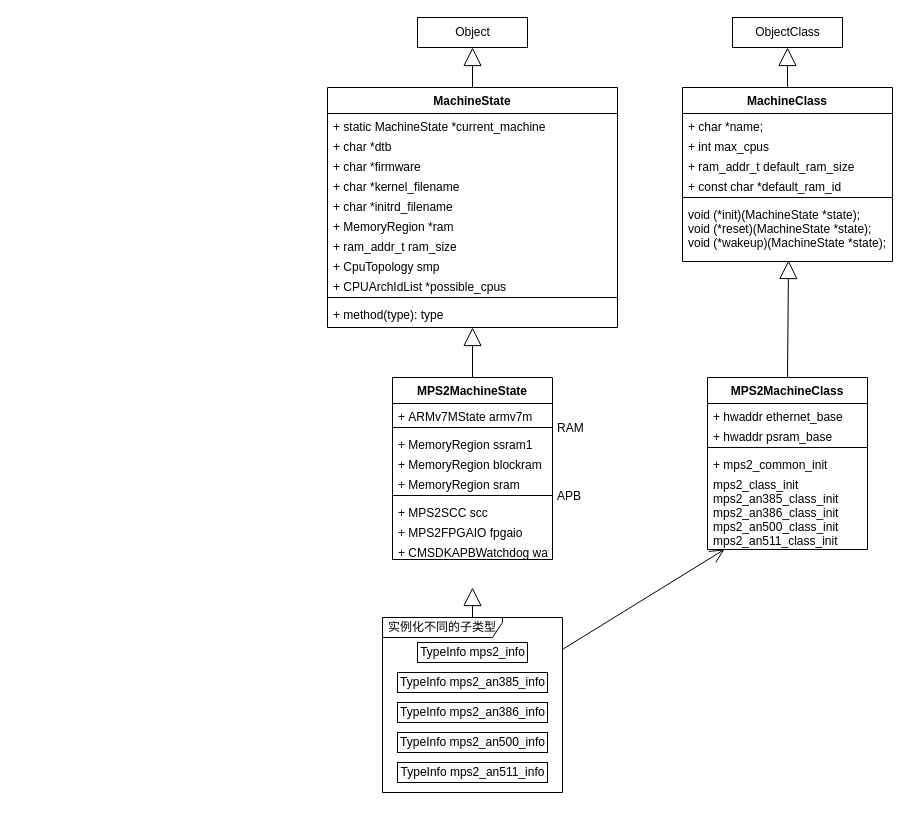
Earlier version of the draw.io diagram QEMU-MPS2-500-QOM.drawio (youtubezou/A-thinking-in-linux). Source tidied: cells renumbered, new cells numbered last; positions are measured from the earlier drawing's top-left corner, leaving out a move shared by most shapes. Both pictures are drawn from the tidied source at 100%, with x=0, y=0 at pixel (17, 17).
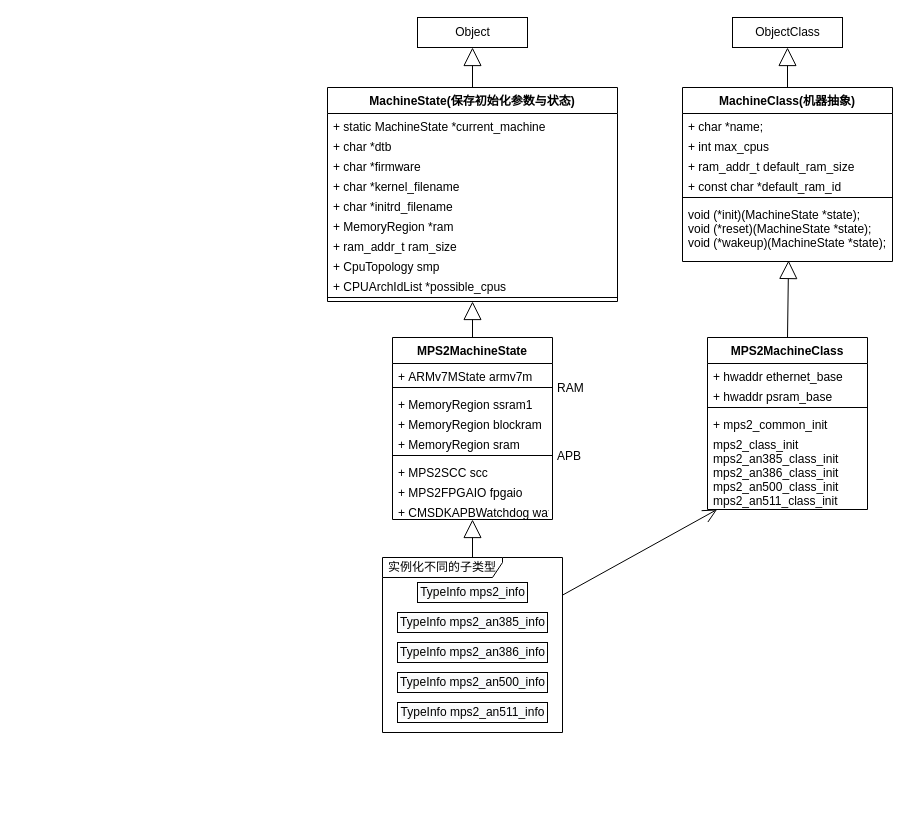
The same diagram, later.

The change refers to these unchanged cells:
```xml
<mxCell id="34" value="+ CMSDKAPBWatchdog watchdog" style="text;strokeColor=none;fillColor=none;align=left;verticalAlign=top;spacingLeft=4;spacingRight=4;overflow=hidden;points=[[0,0.5],[1,0.5]];portConstraint=eastwest;" parent="25" vertex="1">
  <mxGeometry y="162" width="160" height="20" as="geometry" />
</mxCell>
```

Diff of the diagram source:
```diff
@@
-    <mxCell id="2" value="MachineState" style="swimlane;fontStyle=1;align=center;verticalAlign=top;horizontal=1;startSize=26;" parent="1" vertex="1">
-      <mxGeometry x="310" y="70" width="290" height="240" as="geometry" />
+    <mxCell id="2" value="MachineState(保存初始化参数与状态)" style="swimlane;fontStyle=1;align=center;verticalAlign=top;horizontal=1;startSize=26;" parent="1" vertex="1">
+      <mxGeometry x="310" y="70" width="290" height="214" as="geometry" />
     </mxCell>
@@
-    <mxCell id="13" value="+ method(type): type" style="text;strokeColor=none;fillColor=none;align=left;verticalAlign=top;spacingLeft=4;spacingRight=4;overflow=hidden;points=[[0,0.5],[1,0.5]];portConstraint=eastwest;" parent="2" vertex="1">
-      <mxGeometry y="214" width="290" height="26" as="geometry" />
-    </mxCell>
@@
-    <mxCell id="16" value="MachineClass" style="swimlane;fontStyle=1;align=center;verticalAlign=top;horizontal=1;startSize=26;" parent="1" vertex="1">
+    <mxCell id="16" value="MachineClass(机器抽象)" style="swimlane;fontStyle=1;align=center;verticalAlign=top;horizontal=1;startSize=26;" parent="1" vertex="1">
       <mxGeometry x="665" y="70" width="210" height="174" as="geometry" />
     </mxCell>
@@
     <mxCell id="25" value="MPS2MachineState" style="swimlane;fontStyle=1;align=center;verticalAlign=top;horizontal=1;startSize=26;" parent="1" vertex="1">
-      <mxGeometry x="375" y="360" width="160" height="182" as="geometry" />
+      <mxGeometry x="375" y="320" width="160" height="182" as="geometry" />
     </mxCell>
@@
     <mxCell id="35" value="MPS2MachineClass" style="swimlane;fontStyle=1;align=center;verticalAlign=top;horizontal=1;startSize=26;" parent="1" vertex="1">
-      <mxGeometry x="690" y="360" width="160" height="172" as="geometry" />
+      <mxGeometry x="690" y="320" width="160" height="172" as="geometry" />
     </mxCell>
@@
-    <mxCell id="42" style="endArrow=block;endSize=16;endFill=0;html=1;rounded=0;exitX=0.5;exitY=0;exitDx=0;exitDy=0;" parent="1" edge="1" source="25" target="13">
+    <mxCell id="42" style="endArrow=block;endSize=16;endFill=0;html=1;rounded=0;exitX=0.5;exitY=0;exitDx=0;exitDy=0;entryX=0.5;entryY=1;entryDx=0;entryDy=0;" parent="1" edge="1" source="25" target="2">
       <mxGeometry relative="1" as="geometry" />
     </mxCell>
     <mxCell id="43" value="&#10;&#10;&lt;span style=&quot;color: rgb(0, 0, 0); font-family: helvetica; font-size: 12px; font-style: normal; font-weight: 400; letter-spacing: normal; text-align: left; text-indent: 0px; text-transform: none; word-spacing: 0px; background-color: rgb(248, 249, 250); display: inline; float: none;&quot;&gt;TypeInfo mps2_info&lt;/span&gt;&#10;&#10;" style="html=1;" parent="1" vertex="1">
-      <mxGeometry x="400" y="625" width="110" height="20" as="geometry" />
+      <mxGeometry x="400" y="565" width="110" height="20" as="geometry" />
     </mxCell>
@@
     <mxCell id="45" value="&#10;&#10;&lt;span style=&quot;color: rgb(0, 0, 0); font-family: helvetica; font-size: 12px; font-style: normal; font-weight: 400; letter-spacing: normal; text-align: left; text-indent: 0px; text-transform: none; word-spacing: 0px; background-color: rgb(248, 249, 250); display: inline; float: none;&quot;&gt;TypeInfo mps2_an385_info&lt;/span&gt;&#10;&#10;" style="html=1;" parent="1" vertex="1">
-      <mxGeometry x="380" y="655" width="150" height="20" as="geometry" />
+      <mxGeometry x="380" y="595" width="150" height="20" as="geometry" />
     </mxCell>
     <mxCell id="46" value="&#10;&#10;&lt;span style=&quot;color: rgb(0, 0, 0); font-family: helvetica; font-size: 12px; font-style: normal; font-weight: 400; letter-spacing: normal; text-align: left; text-indent: 0px; text-transform: none; word-spacing: 0px; background-color: rgb(248, 249, 250); display: inline; float: none;&quot;&gt;TypeInfo mps2_an386_info&lt;/span&gt;&lt;br style=&quot;color: rgb(0, 0, 0); font-family: helvetica; font-size: 12px; font-style: normal; font-weight: 400; letter-spacing: normal; text-align: left; text-indent: 0px; text-transform: none; word-spacing: 0px; background-color: rgb(248, 249, 250);&quot;&gt;&#10;&#10;" style="html=1;" parent="1" vertex="1">
-      <mxGeometry x="380" y="685" width="150" height="20" as="geometry" />
+      <mxGeometry x="380" y="625" width="150" height="20" as="geometry" />
     </mxCell>
     <mxCell id="47" value="&#10;&#10;&lt;span style=&quot;color: rgb(0, 0, 0); font-family: helvetica; font-size: 12px; font-style: normal; font-weight: 400; letter-spacing: normal; text-align: left; text-indent: 0px; text-transform: none; word-spacing: 0px; background-color: rgb(248, 249, 250); display: inline; float: none;&quot;&gt;TypeInfo mps2_an500_info&lt;/span&gt;&#10;&#10;" style="html=1;" parent="1" vertex="1">
-      <mxGeometry x="380" y="715" width="150" height="20" as="geometry" />
+      <mxGeometry x="380" y="655" width="150" height="20" as="geometry" />
     </mxCell>
     <mxCell id="48" value="&lt;span&gt;实例化不同的子类型&lt;/span&gt;" style="shape=umlFrame;whiteSpace=wrap;html=1;width=120;height=20;" parent="1" vertex="1">
-      <mxGeometry x="365" y="600" width="180" height="175" as="geometry" />
+      <mxGeometry x="365" y="540" width="180" height="175" as="geometry" />
     </mxCell>
     <mxCell id="49" value="&#10;&#10;&lt;span style=&quot;color: rgb(0, 0, 0); font-family: helvetica; font-size: 12px; font-style: normal; font-weight: 400; letter-spacing: normal; text-align: left; text-indent: 0px; text-transform: none; word-spacing: 0px; background-color: rgb(248, 249, 250); display: inline; float: none;&quot;&gt;TypeInfo mps2_an511_info&lt;/span&gt;&#10;&#10;" style="html=1;" parent="1" vertex="1">
-      <mxGeometry x="380" y="745" width="150" height="20" as="geometry" />
+      <mxGeometry x="380" y="685" width="150" height="20" as="geometry" />
     </mxCell>
-    <mxCell id="50" style="endArrow=block;endSize=16;endFill=0;html=1;rounded=0;" parent="1" edge="1" source="48">
-      <mxGeometry relative="1" as="geometry">
-        <mxPoint x="455" y="570" as="targetPoint" />
-      </mxGeometry>
+    <mxCell id="50" style="endArrow=block;endSize=16;endFill=0;html=1;rounded=0;" parent="1" edge="1" source="48" target="34">
+      <mxGeometry relative="1" as="geometry" />
     </mxCell>
```
